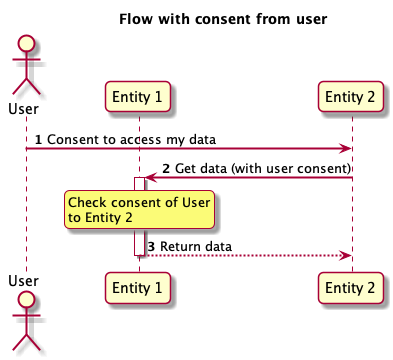
hesusruiz/docs keeps this PlantUML diagram as Storage/assets/flow_user_e2_e1.png. Above is the earlier version.
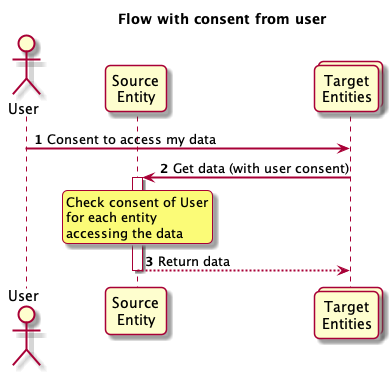
The same file after the commit.

Diff of the diagram source:
```diff
@@ -7,14 +7,15 @@
 title Flow with consent from user
 
 actor User
-participant "Entity 1" as e1
-participant "Entity 2" as e2
+participant "Source\nEntity" as e1
+collections "Target\nEntities" as e2
 
 User -> e2 : Consent to access my data
 e2 -> e1 : Get data (with user consent)
 rnote over e1
  Check consent of User
- to Entity 2
+ for each entity
+ accessing the data
 endrnote
 activate e1
 e1 --> e2 : Return data
```
